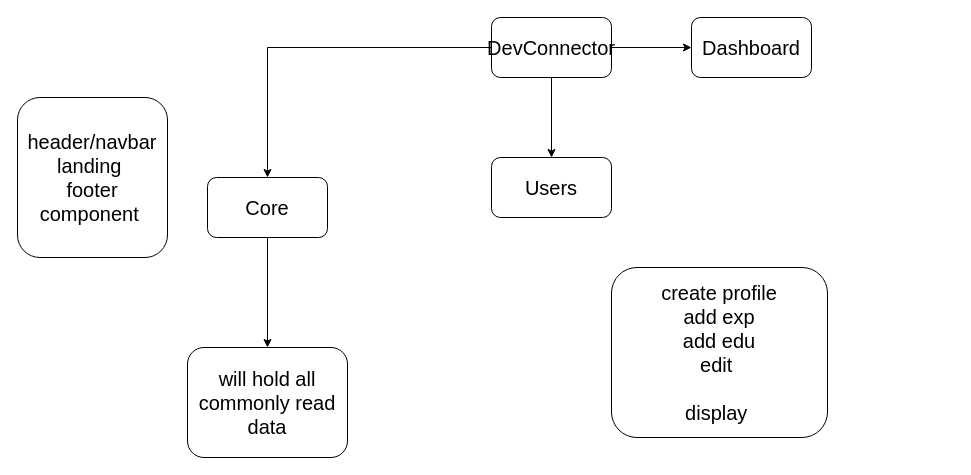
Above: page "module wise structure" (5 of 5) of Untitled Diagram.drawio in abhinandanchivate/CAOctAngularTraining (draw.io), before the change. Source tidied: cells renumbered, new cells numbered last; positions are measured from the earlier drawing's top-left corner, leaving out a move shared by most shapes. Both pictures are drawn from the tidied source at 100%, with x=0, y=0 at pixel (17, 17).
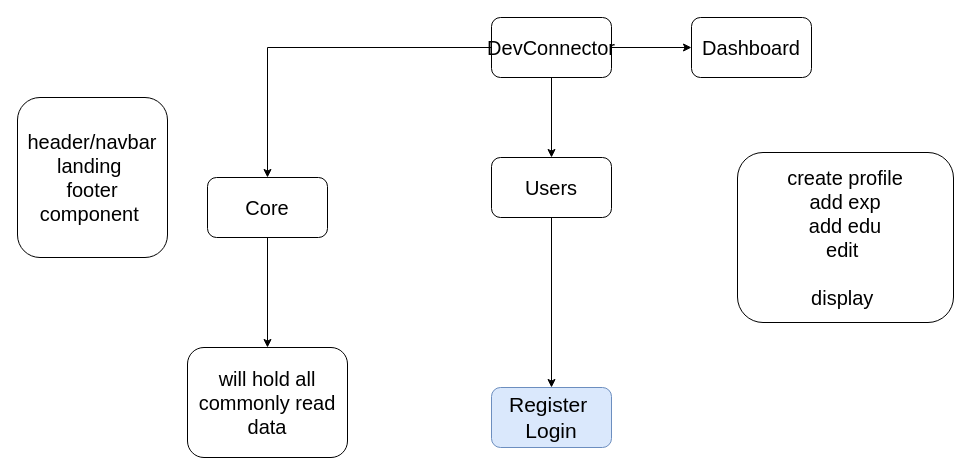
The same diagram, later.

Change to the diagram source:
```diff
@@
 <mxGraphModel>
   <root>
     <mxCell id="0" />
     <mxCell id="1" parent="0" />
     <mxCell id="2" style="edgeStyle=orthogonalEdgeStyle;rounded=0;jettySize=auto;html=1;fontSize=20;" parent="1" edge="1" source="5" target="7">
       <mxGeometry relative="1" as="geometry" />
     </mxCell>
     <mxCell id="3" style="edgeStyle=orthogonalEdgeStyle;rounded=0;jettySize=auto;html=1;fontSize=20;" parent="1" edge="1" source="5" target="8">
       <mxGeometry relative="1" as="geometry" />
     </mxCell>
     <mxCell id="4" style="edgeStyle=orthogonalEdgeStyle;rounded=0;jettySize=auto;html=1;fontSize=20;" parent="1" edge="1" source="5" target="10">
       <mxGeometry relative="1" as="geometry" />
     </mxCell>
     <mxCell id="5" value="DevConnector" style="rounded=1;whiteSpace=wrap;html=1;fontSize=20;" parent="1" vertex="1">
       <mxGeometry x="474" width="120" height="60" as="geometry" />
     </mxCell>
     <mxCell id="6" style="edgeStyle=orthogonalEdgeStyle;rounded=0;jettySize=auto;html=1;fontSize=20;" parent="1" edge="1" source="7" target="11">
       <mxGeometry relative="1" as="geometry" />
     </mxCell>
     <mxCell id="7" value="Core" style="whiteSpace=wrap;html=1;fontSize=20;rounded=1;" parent="1" vertex="1">
       <mxGeometry x="190" y="160" width="120" height="60" as="geometry" />
     </mxCell>
+    <mxCell id="13" style="edgeStyle=orthogonalEdgeStyle;rounded=0;jettySize=auto;html=1;entryX=0.5;entryY=0;entryDx=0;entryDy=0;fontSize=21;" parent="1" edge="1" source="8" target="14">
+      <mxGeometry relative="1" as="geometry" />
+    </mxCell>
     <mxCell id="8" value="Users" style="whiteSpace=wrap;html=1;fontSize=20;rounded=1;" parent="1" vertex="1">
       <mxGeometry x="474" y="140" width="120" height="60" as="geometry" />
     </mxCell>
     <mxCell id="9" value="header/navbar&lt;br&gt;landing&amp;nbsp;&lt;br&gt;footer component&amp;nbsp;" style="rounded=1;whiteSpace=wrap;html=1;fontSize=20;" parent="1" vertex="1">
       <mxGeometry y="80" width="150" height="160" as="geometry" />
     </mxCell>
     <mxCell id="10" value="Dashboard" style="whiteSpace=wrap;html=1;fontSize=20;rounded=1;" parent="1" vertex="1">
       <mxGeometry x="674" width="120" height="60" as="geometry" />
     </mxCell>
     <mxCell id="11" value="will hold all commonly read data" style="whiteSpace=wrap;html=1;fontSize=20;rounded=1;" parent="1" vertex="1">
       <mxGeometry x="170" y="330" width="160" height="110" as="geometry" />
     </mxCell>
     <mxCell id="12" value="create profile&lt;br&gt;add exp&lt;br&gt;add edu&lt;br&gt;edit&amp;nbsp;&lt;br&gt;&lt;br&gt;display&amp;nbsp;" style="rounded=1;whiteSpace=wrap;html=1;fontSize=20;" parent="1" vertex="1">
-      <mxGeometry x="594" y="250" width="216" height="170" as="geometry" />
+      <mxGeometry x="720" y="135" width="216" height="170" as="geometry" />
     </mxCell>
+    <mxCell id="14" value="Register&amp;nbsp;&lt;br style=&quot;font-size: 21px;&quot;&gt;Login" style="rounded=1;whiteSpace=wrap;html=1;fillColor=#dae8fc;strokeColor=#6c8ebf;fontSize=21;" parent="1" vertex="1">
+      <mxGeometry x="474" y="370" width="120" height="60" as="geometry" />
+    </mxCell>
   </root>
 </mxGraphModel>
```
